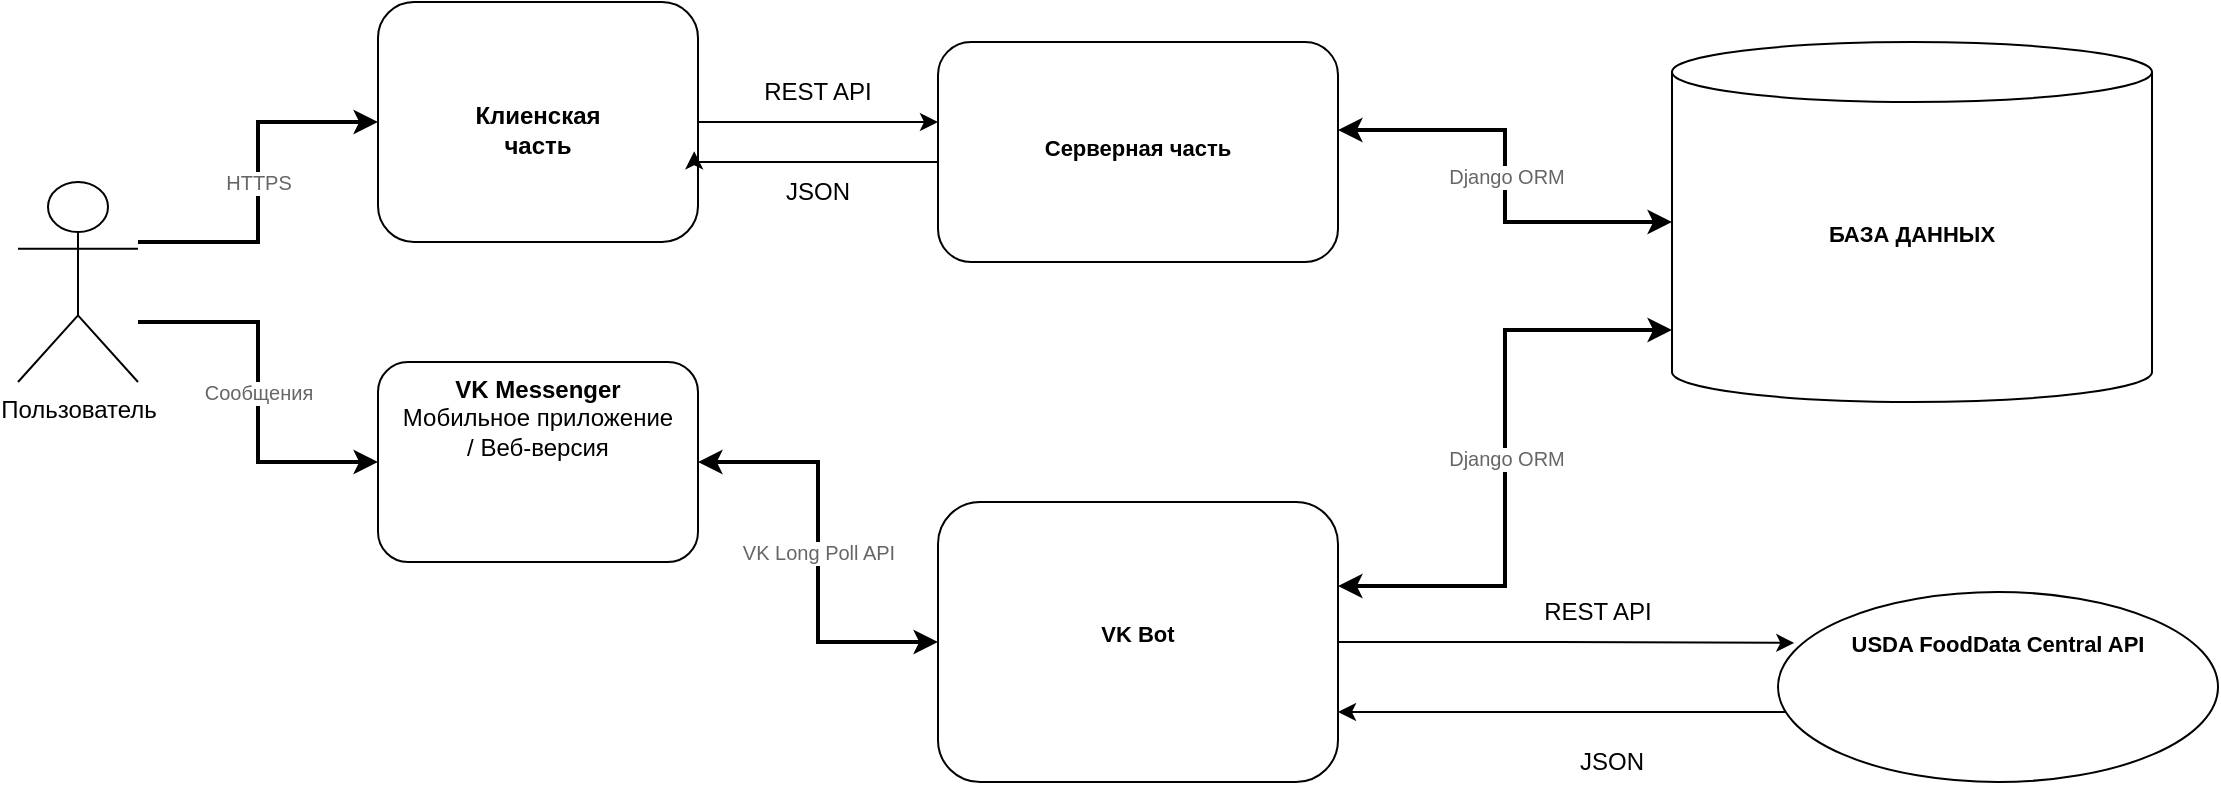
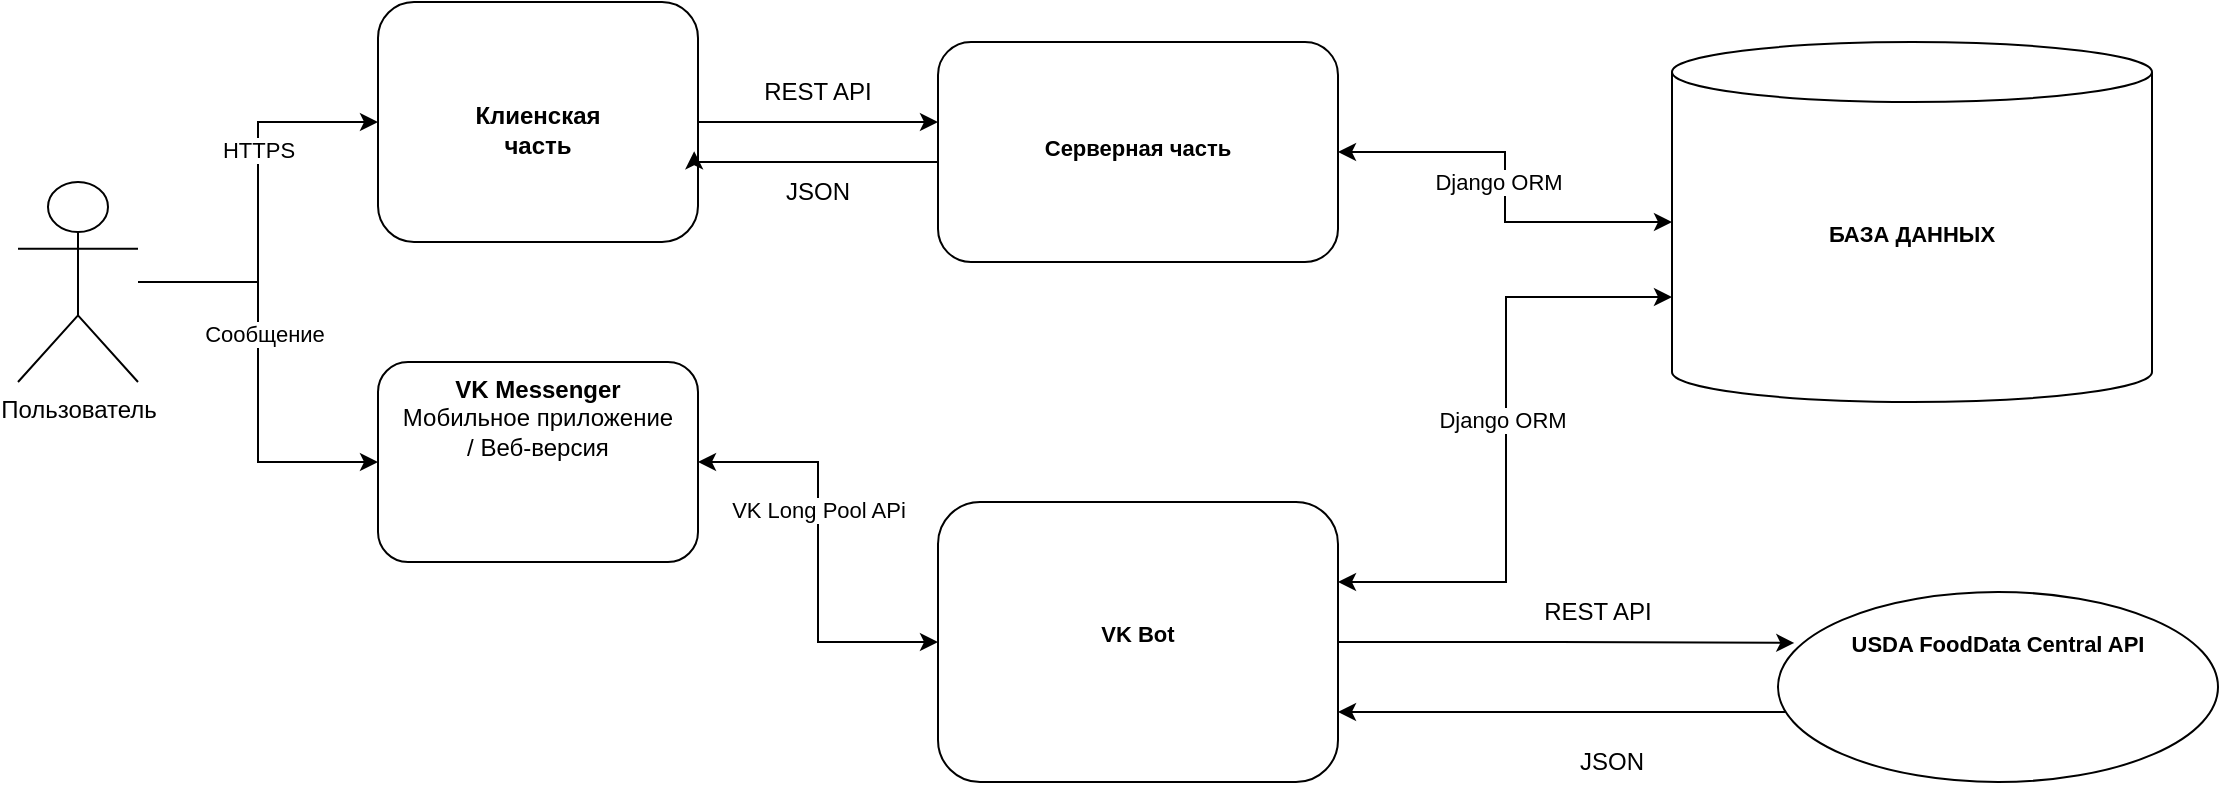
<mxfile host="app.diagrams.net">
  <diagram name="FitProgress Architecture" id="tiHJtUdaLiK35RfobQlJ">
    <mxGraphModel dx="1414" dy="792" grid="1" gridSize="10" guides="1" tooltips="1" connect="1" arrows="1" fold="1" page="1" pageScale="1" pageWidth="827" pageHeight="1169" math="0" shadow="0">
      <root>
        <mxCell id="0" />
        <mxCell id="1" parent="0" />
+         <mxCell id="NQ6Y-9tax5FY3avgenpm-1" edge="1" parent="1" source="2QhXoDtOp-W1-DC2pUFL-1" style="edgeStyle=orthogonalEdgeStyle;rounded=0;orthogonalLoop=1;jettySize=auto;html=1;entryX=0;entryY=0.5;entryDx=0;entryDy=0;" target="2QhXoDtOp-W1-DC2pUFL-2">
+           <mxGeometry relative="1" as="geometry" />
+         </mxCell>
+         <mxCell id="NQ6Y-9tax5FY3avgenpm-2" connectable="0" parent="NQ6Y-9tax5FY3avgenpm-1" style="edgeLabel;html=1;align=center;verticalAlign=middle;resizable=0;points=[];" value="HTTP&lt;span style=&quot;background-color: light-dark(#ffffff, var(--ge-dark-color, #121212)); color: light-dark(rgb(0, 0, 0), rgb(255, 255, 255));&quot;&gt;S&lt;/span&gt;" vertex="1">
+           <mxGeometry relative="1" x="0.26" as="geometry">
+             <mxPoint as="offset" />
+           </mxGeometry>
+         </mxCell>
+         <mxCell id="NQ6Y-9tax5FY3avgenpm-3" edge="1" parent="1" source="2QhXoDtOp-W1-DC2pUFL-1" style="edgeStyle=orthogonalEdgeStyle;rounded=0;orthogonalLoop=1;jettySize=auto;html=1;" target="2QhXoDtOp-W1-DC2pUFL-3">
+           <mxGeometry relative="1" as="geometry" />
+         </mxCell>
+         <mxCell id="NQ6Y-9tax5FY3avgenpm-4" connectable="0" parent="NQ6Y-9tax5FY3avgenpm-3" style="edgeLabel;html=1;align=center;verticalAlign=middle;resizable=0;points=[];" value="Сообщение" vertex="1">
+           <mxGeometry relative="1" x="-0.181" y="3" as="geometry">
+             <mxPoint as="offset" />
+           </mxGeometry>
+         </mxCell>
        <mxCell id="2QhXoDtOp-W1-DC2pUFL-1" parent="1" style="shape=umlActor;verticalLabelPosition=bottom;verticalAlign=top;html=1;outlineConnect=0;" value="Пользователь" vertex="1">
          <mxGeometry height="100" width="60" x="60" y="410" as="geometry" />
        </mxCell>
        <mxCell id="2QhXoDtOp-W1-DC2pUFL-19" edge="1" parent="1" source="2QhXoDtOp-W1-DC2pUFL-2" style="edgeStyle=orthogonalEdgeStyle;rounded=0;orthogonalLoop=1;jettySize=auto;html=1;" target="2QhXoDtOp-W1-DC2pUFL-4">
          <mxGeometry relative="1" as="geometry">
            <Array as="points">
              <mxPoint x="490" y="380" />
              <mxPoint x="490" y="380" />
            </Array>
          </mxGeometry>
        </mxCell>
        <mxCell id="2QhXoDtOp-W1-DC2pUFL-2" parent="1" style="rounded=1;whiteSpace=wrap;html=1;verticalAlign=top;fontSize=12;" value="&lt;div&gt;&lt;b&gt;&lt;br&gt;&lt;/b&gt;&lt;/div&gt;&lt;b&gt;&lt;div&gt;&lt;b&gt;&lt;br&gt;&lt;/b&gt;&lt;/div&gt;&lt;div&gt;&lt;b&gt;&lt;br&gt;&lt;/b&gt;&lt;/div&gt;Клиенская&lt;/b&gt;&lt;div&gt;&lt;b&gt;часть&lt;/b&gt;&lt;/div&gt;" vertex="1">
          <mxGeometry height="120" width="160" x="240" y="320" as="geometry" />
        </mxCell>
+         <mxCell id="NQ6Y-9tax5FY3avgenpm-6" edge="1" parent="1" source="2QhXoDtOp-W1-DC2pUFL-3" style="edgeStyle=orthogonalEdgeStyle;rounded=0;orthogonalLoop=1;jettySize=auto;html=1;startArrow=classic;startFill=1;" target="2QhXoDtOp-W1-DC2pUFL-5">
+           <mxGeometry relative="1" as="geometry" />
+         </mxCell>
+         <mxCell id="NQ6Y-9tax5FY3avgenpm-7" connectable="0" parent="NQ6Y-9tax5FY3avgenpm-6" style="edgeLabel;html=1;align=center;verticalAlign=middle;resizable=0;points=[];" value="VK Long Pool APi" vertex="1">
+           <mxGeometry relative="1" x="-0.2068" as="geometry">
+             <mxPoint as="offset" />
+           </mxGeometry>
+         </mxCell>
        <mxCell id="2QhXoDtOp-W1-DC2pUFL-3" parent="1" style="rounded=1;whiteSpace=wrap;html=1;verticalAlign=top;fontSize=12;" value="&lt;b&gt;VK Messenger&lt;/b&gt;&lt;br&gt;Мобильное приложение&lt;br&gt;/ Веб-версия" vertex="1">
          <mxGeometry height="100" width="160" x="240" y="500" as="geometry" />
+         </mxCell>
+         <mxCell id="NQ6Y-9tax5FY3avgenpm-10" edge="1" parent="1" source="2QhXoDtOp-W1-DC2pUFL-4" style="edgeStyle=orthogonalEdgeStyle;rounded=0;orthogonalLoop=1;jettySize=auto;html=1;startArrow=classic;startFill=1;" target="2QhXoDtOp-W1-DC2pUFL-6">
+           <mxGeometry relative="1" as="geometry" />
+         </mxCell>
+         <mxCell id="NQ6Y-9tax5FY3avgenpm-12" connectable="0" parent="NQ6Y-9tax5FY3avgenpm-10" style="edgeLabel;html=1;align=center;verticalAlign=middle;resizable=0;points=[];" value="Django ORM" vertex="1">
+           <mxGeometry relative="1" x="-0.2079" y="2" as="geometry">
+             <mxPoint y="17" as="offset" />
+           </mxGeometry>
        </mxCell>
        <mxCell id="2QhXoDtOp-W1-DC2pUFL-4" parent="1" style="rounded=1;whiteSpace=wrap;html=1;verticalAlign=top;fontSize=11;" value="&lt;div&gt;&lt;b&gt;&lt;br&gt;&lt;/b&gt;&lt;/div&gt;&lt;b&gt;&lt;div&gt;&lt;b&gt;&lt;br&gt;&lt;/b&gt;&lt;/div&gt;&lt;div&gt;&lt;b&gt;&lt;br&gt;&lt;/b&gt;&lt;/div&gt;Серверная часть&lt;/b&gt;" vertex="1">
          <mxGeometry height="110" width="200" x="520" y="340" as="geometry" />
        </mxCell>
        <mxCell id="2QhXoDtOp-W1-DC2pUFL-5" parent="1" style="rounded=1;whiteSpace=wrap;html=1;verticalAlign=top;fontSize=11;" value="&lt;div&gt;&lt;b&gt;&lt;br&gt;&lt;/b&gt;&lt;/div&gt;&lt;b&gt;&lt;div&gt;&lt;b&gt;&lt;br&gt;&lt;/b&gt;&lt;/div&gt;&lt;div&gt;&lt;b&gt;&lt;br&gt;&lt;/b&gt;&lt;/div&gt;&lt;div&gt;&lt;b&gt;&lt;br&gt;&lt;/b&gt;&lt;/div&gt;VK Bot&lt;/b&gt;" vertex="1">
          <mxGeometry height="140" width="200" x="520" y="570" as="geometry" />
        </mxCell>
        <mxCell id="2QhXoDtOp-W1-DC2pUFL-6" parent="1" style="shape=cylinder3;whiteSpace=wrap;html=1;boundedLbl=1;backgroundOutline=1;size=15;verticalAlign=top;fontSize=11;" value="&lt;div&gt;&lt;br&gt;&lt;/div&gt;&lt;div&gt;&lt;br&gt;&lt;/div&gt;&lt;div&gt;&lt;br&gt;&lt;/div&gt;&lt;div&gt;&lt;br&gt;&lt;/div&gt;&lt;div&gt;&lt;b&gt;БАЗА ДАННЫХ&lt;/b&gt;&lt;/div&gt;" vertex="1">
          <mxGeometry height="180" width="240" x="887" y="340" as="geometry" />
        </mxCell>
        <mxCell id="2QhXoDtOp-W1-DC2pUFL-25" edge="1" parent="1" source="2QhXoDtOp-W1-DC2pUFL-7" style="edgeStyle=orthogonalEdgeStyle;rounded=0;orthogonalLoop=1;jettySize=auto;html=1;entryX=1;entryY=0.75;entryDx=0;entryDy=0;" target="2QhXoDtOp-W1-DC2pUFL-5">
          <mxGeometry relative="1" as="geometry">
            <Array as="points">
              <mxPoint x="870" y="675" />
              <mxPoint x="870" y="675" />
            </Array>
          </mxGeometry>
        </mxCell>
        <mxCell id="2QhXoDtOp-W1-DC2pUFL-7" parent="1" style="ellipse;whiteSpace=wrap;html=1;verticalAlign=top;fontSize=11;" value="&lt;div&gt;&lt;br&gt;&lt;/div&gt;&lt;b&gt;USDA FoodData Central API&lt;/b&gt;" vertex="1">
          <mxGeometry height="95" width="220" x="940" y="615" as="geometry" />
-         </mxCell>
-         <mxCell id="2QhXoDtOp-W1-DC2pUFL-8" edge="1" parent="1" source="2QhXoDtOp-W1-DC2pUFL-1" style="edgeStyle=orthogonalEdgeStyle;rounded=0;orthogonalLoop=1;jettySize=auto;html=1;exitX=1;exitY=0.3;entryX=0;entryY=0.5;strokeWidth=2;fontSize=10;fontColor=#666666;" target="2QhXoDtOp-W1-DC2pUFL-2" value="HTTPS">
-           <mxGeometry relative="1" as="geometry" />
-         </mxCell>
-         <mxCell id="2QhXoDtOp-W1-DC2pUFL-9" edge="1" parent="1" source="2QhXoDtOp-W1-DC2pUFL-1" style="edgeStyle=orthogonalEdgeStyle;rounded=0;orthogonalLoop=1;jettySize=auto;html=1;exitX=1;exitY=0.7;entryX=0;entryY=0.5;strokeWidth=2;fontSize=10;fontColor=#666666;" target="2QhXoDtOp-W1-DC2pUFL-3" value="Сообщения">
-           <mxGeometry relative="1" as="geometry" />
-         </mxCell>
-         <mxCell id="2QhXoDtOp-W1-DC2pUFL-11" edge="1" parent="1" source="2QhXoDtOp-W1-DC2pUFL-3" style="edgeStyle=orthogonalEdgeStyle;rounded=0;orthogonalLoop=1;jettySize=auto;html=1;exitX=1;exitY=0.5;entryX=0;entryY=0.5;strokeWidth=2;fontSize=10;fontColor=#666666;startArrow=classic;startFill=1;" target="2QhXoDtOp-W1-DC2pUFL-5" value="VK Long Poll API">
-           <mxGeometry relative="1" x="-0.0016" as="geometry">
-             <mxPoint as="offset" />
-           </mxGeometry>
-         </mxCell>
-         <mxCell id="2QhXoDtOp-W1-DC2pUFL-12" edge="1" parent="1" source="2QhXoDtOp-W1-DC2pUFL-4" style="edgeStyle=orthogonalEdgeStyle;rounded=0;orthogonalLoop=1;jettySize=auto;html=1;exitX=1;exitY=0.4;entryX=0;entryY=0.5;strokeWidth=2;fontSize=10;fontColor=#666666;startArrow=classic;startFill=1;" target="2QhXoDtOp-W1-DC2pUFL-6" value="Django ORM">
-           <mxGeometry relative="1" as="geometry" />
-         </mxCell>
-         <mxCell id="2QhXoDtOp-W1-DC2pUFL-13" edge="1" parent="1" source="2QhXoDtOp-W1-DC2pUFL-5" style="edgeStyle=orthogonalEdgeStyle;rounded=0;orthogonalLoop=1;jettySize=auto;html=1;exitX=1;exitY=0.3;entryX=0;entryY=0.8;strokeWidth=2;fontSize=10;fontColor=#666666;startArrow=classic;startFill=1;" target="2QhXoDtOp-W1-DC2pUFL-6" value="Django ORM">
-           <mxGeometry relative="1" as="geometry" />
        </mxCell>
        <mxCell id="2QhXoDtOp-W1-DC2pUFL-20" edge="1" parent="1" source="2QhXoDtOp-W1-DC2pUFL-4" style="edgeStyle=orthogonalEdgeStyle;rounded=0;orthogonalLoop=1;jettySize=auto;html=1;entryX=0.988;entryY=0.622;entryDx=0;entryDy=0;entryPerimeter=0;" target="2QhXoDtOp-W1-DC2pUFL-2">
          <mxGeometry relative="1" as="geometry">
            <Array as="points">
              <mxPoint x="398" y="400" />
            </Array>
          </mxGeometry>
        </mxCell>
        <mxCell id="2QhXoDtOp-W1-DC2pUFL-21" parent="1" style="text;html=1;whiteSpace=wrap;strokeColor=none;fillColor=none;align=center;verticalAlign=middle;rounded=0;" value="REST API" vertex="1">
          <mxGeometry height="30" width="60" x="430" y="350" as="geometry" />
        </mxCell>
        <mxCell id="2QhXoDtOp-W1-DC2pUFL-23" parent="1" style="text;html=1;whiteSpace=wrap;strokeColor=none;fillColor=none;align=center;verticalAlign=middle;rounded=0;" value="JSON" vertex="1">
          <mxGeometry height="30" width="60" x="430" y="400" as="geometry" />
        </mxCell>
        <mxCell id="2QhXoDtOp-W1-DC2pUFL-24" edge="1" parent="1" source="2QhXoDtOp-W1-DC2pUFL-5" style="edgeStyle=orthogonalEdgeStyle;rounded=0;orthogonalLoop=1;jettySize=auto;html=1;entryX=0.037;entryY=0.268;entryDx=0;entryDy=0;entryPerimeter=0;" target="2QhXoDtOp-W1-DC2pUFL-7">
          <mxGeometry relative="1" as="geometry" />
        </mxCell>
        <mxCell id="2QhXoDtOp-W1-DC2pUFL-26" parent="1" style="text;html=1;whiteSpace=wrap;strokeColor=none;fillColor=none;align=center;verticalAlign=middle;rounded=0;" value="REST API" vertex="1">
          <mxGeometry height="30" width="60" x="820" y="610" as="geometry" />
        </mxCell>
        <mxCell id="2QhXoDtOp-W1-DC2pUFL-27" parent="1" style="text;html=1;whiteSpace=wrap;strokeColor=none;fillColor=none;align=center;verticalAlign=middle;rounded=0;" value="JSON" vertex="1">
          <mxGeometry height="30" width="60" x="827" y="685" as="geometry" />
        </mxCell>
+         <mxCell id="NQ6Y-9tax5FY3avgenpm-8" edge="1" parent="1" source="2QhXoDtOp-W1-DC2pUFL-5" style="edgeStyle=orthogonalEdgeStyle;rounded=0;orthogonalLoop=1;jettySize=auto;html=1;entryX=0;entryY=0;entryDx=0;entryDy=127.5;entryPerimeter=0;startArrow=classic;startFill=1;" target="2QhXoDtOp-W1-DC2pUFL-6">
+           <mxGeometry relative="1" as="geometry">
+             <Array as="points">
+               <mxPoint x="804" y="610" />
+               <mxPoint x="804" y="468" />
+             </Array>
+           </mxGeometry>
+         </mxCell>
+         <mxCell id="NQ6Y-9tax5FY3avgenpm-9" connectable="0" parent="NQ6Y-9tax5FY3avgenpm-8" style="edgeLabel;html=1;align=center;verticalAlign=middle;resizable=0;points=[];" value="Django ORM" vertex="1">
+           <mxGeometry relative="1" x="0.0709" y="2" as="geometry">
+             <mxPoint as="offset" />
+           </mxGeometry>
+         </mxCell>
      </root>
    </mxGraphModel>
  </diagram>
</mxfile>
